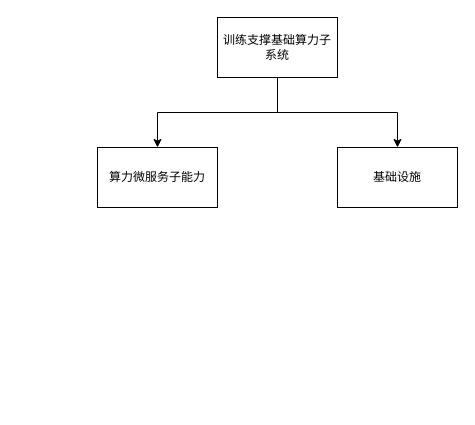
yuxibiwin/draw keeps this draw.io diagram as 训练支撑举出算力子系统.drawio. Above is the earlier version. Source tidied: cells renumbered, new cells numbered last; positions are measured from the earlier drawing's top-left corner, leaving out a move shared by most shapes. Both pictures are drawn from the tidied source at 100%, with x=0, y=0 at pixel (97, 17).
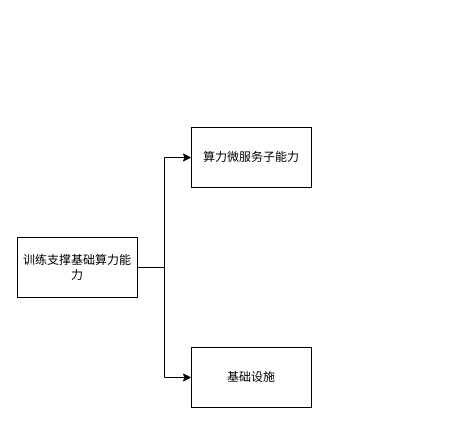
The same diagram, later.

Commit message:
更新训练支撑举出算力子系统.drawio

What changed in the source:
```diff
@@
 <mxGraphModel>
   <root>
     <mxCell id="0" />
     <mxCell id="1" parent="0" />
-    <mxCell id="2" style="edgeStyle=orthogonalEdgeStyle;rounded=0;jettySize=auto;html=1;entryX=0.5;entryY=0;entryDx=0;entryDy=0;" parent="1" edge="1" source="4" target="5">
+    <mxCell id="2" style="edgeStyle=orthogonalEdgeStyle;rounded=0;jettySize=auto;html=1;entryX=0;entryY=0.5;entryDx=0;entryDy=0;" parent="1" edge="1" source="4" target="5">
       <mxGeometry relative="1" as="geometry" />
     </mxCell>
-    <mxCell id="3" style="edgeStyle=orthogonalEdgeStyle;rounded=0;jettySize=auto;html=1;entryX=0.5;entryY=0;entryDx=0;entryDy=0;" parent="1" edge="1" source="4" target="6">
+    <mxCell id="3" style="edgeStyle=orthogonalEdgeStyle;rounded=0;jettySize=auto;html=1;entryX=0;entryY=0.5;entryDx=0;entryDy=0;" parent="1" edge="1" source="4" target="6">
       <mxGeometry relative="1" as="geometry" />
     </mxCell>
-    <mxCell id="4" value="训练支撑基础算力子系统" style="rounded=0;whiteSpace=wrap;html=1;" parent="1" vertex="1">
-      <mxGeometry x="120" width="120" height="60" as="geometry" />
+    <mxCell id="4" value="训练支撑基础算力能力" style="rounded=0;whiteSpace=wrap;html=1;" parent="1" vertex="1">
+      <mxGeometry x="-80" y="220" width="120" height="60" as="geometry" />
     </mxCell>
     <mxCell id="5" value="算力微服务子能力" style="rounded=0;whiteSpace=wrap;html=1;" parent="1" vertex="1">
-      <mxGeometry y="130" width="120" height="60" as="geometry" />
+      <mxGeometry x="94" y="110" width="120" height="60" as="geometry" />
     </mxCell>
     <mxCell id="6" value="基础设施" style="rounded=0;whiteSpace=wrap;html=1;" parent="1" vertex="1">
-      <mxGeometry x="240" y="130" width="120" height="60" as="geometry" />
+      <mxGeometry x="94" y="330" width="120" height="60" as="geometry" />
     </mxCell>
   </root>
 </mxGraphModel>
```
